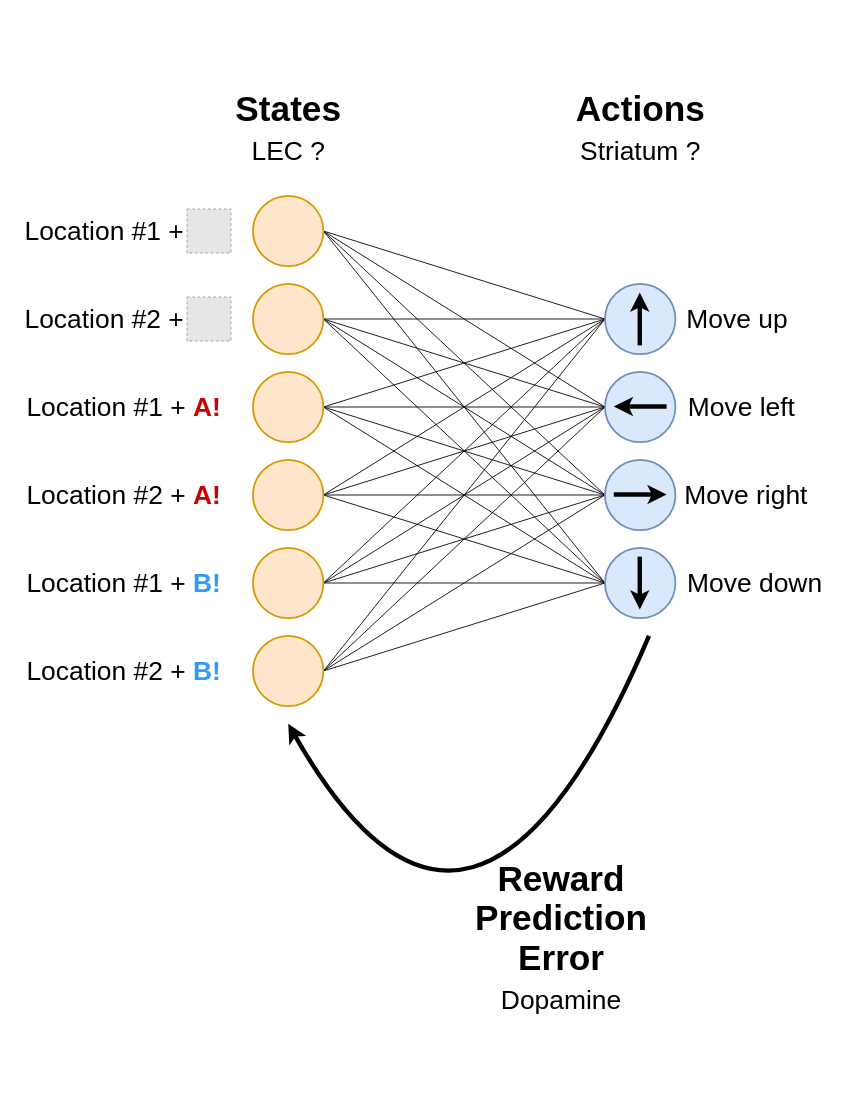
Before: docs/2023-04-04_NSPG/img/RL_mapping.drawio in NiloufarRazmi/RL_Olfaction, a draw.io diagram. Source tidied: cells renumbered, new cells numbered last; positions are measured from the earlier drawing's top-left corner, leaving out a move shared by most shapes. Both pictures are drawn from the tidied source at 88%, with x=0, y=0 at pixel (15, 15). Pictures stored in the file or linked from it are replaced by grey dashed boxes.
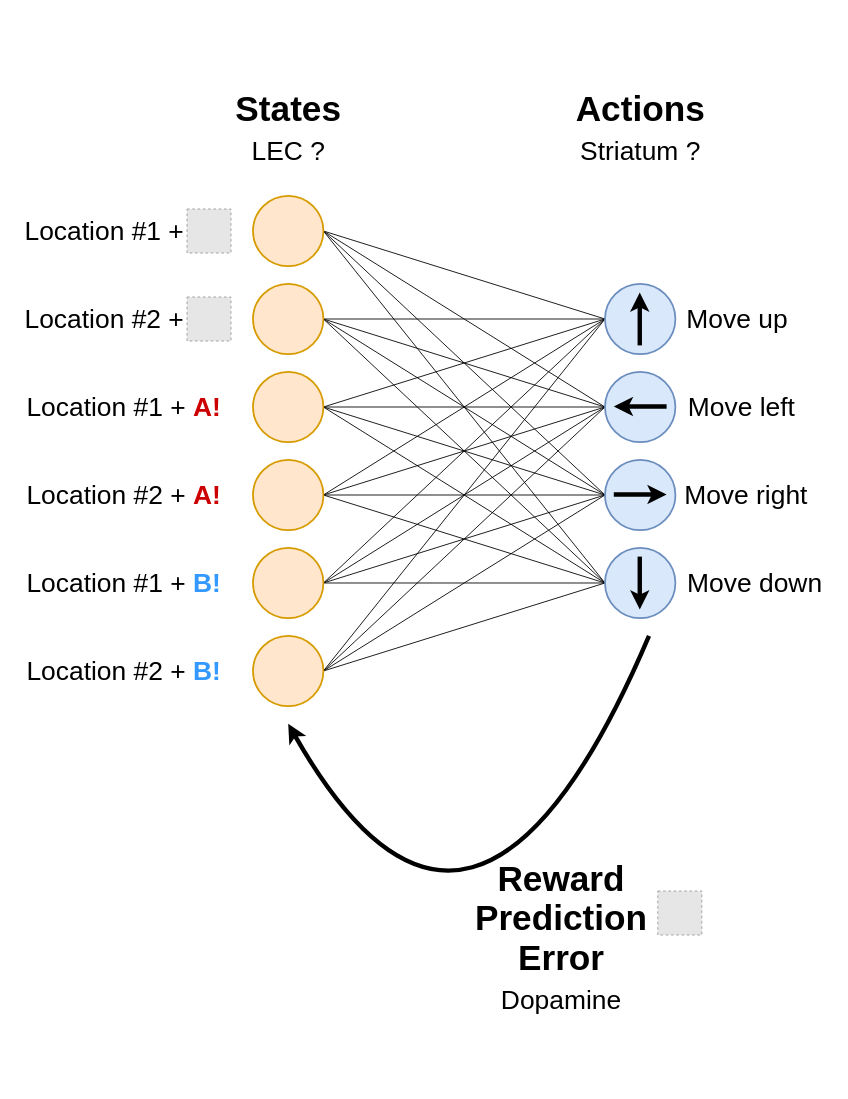
After the change.

The edit, as a diff of the source:
```diff
@@
+    <mxCell id="66" style="fillColor=#E6E6E6;strokeColor=#999999;dashed=1;" parent="1" vertex="1">
+      <mxGeometry x="730" y="995" width="50" height="50" as="geometry" />
+    </mxCell>
```
